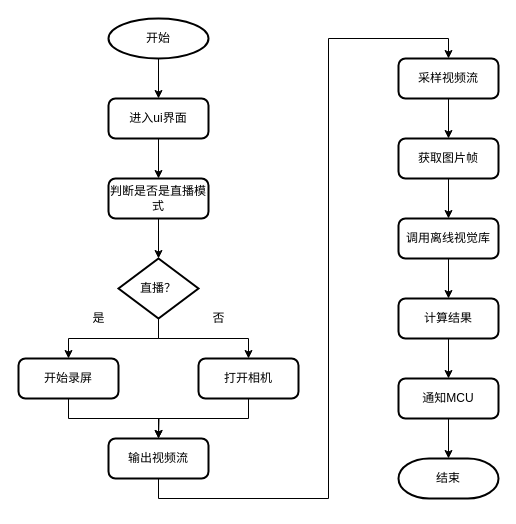
Above: page "第 2 页" (2 of 2) of T2093.drawio in liuao2010/drawio (draw.io), before the change. Source tidied: cells renumbered, new cells numbered last; positions are measured from the earlier drawing's top-left corner, leaving out a move shared by most shapes. Both pictures are drawn from the tidied source at 100%, with x=0, y=0 at pixel (18, 18).
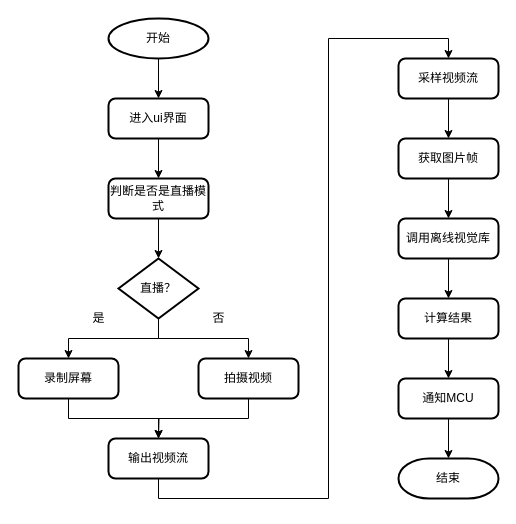
The same diagram, later.

What changed in the source:
```diff
@@
-    <mxCell id="12" value="开始录屏" style="rounded=1;whiteSpace=wrap;html=1;absoluteArcSize=1;arcSize=14;strokeWidth=2;" parent="1" vertex="1">
+    <mxCell id="12" value="录制屏幕" style="rounded=1;whiteSpace=wrap;html=1;absoluteArcSize=1;arcSize=14;strokeWidth=2;" parent="1" vertex="1">
       <mxGeometry y="340" width="100" height="40" as="geometry" />
     </mxCell>
@@
-    <mxCell id="14" value="打开相机" style="rounded=1;whiteSpace=wrap;html=1;absoluteArcSize=1;arcSize=14;strokeWidth=2;" parent="1" vertex="1">
+    <mxCell id="14" value="拍摄视频" style="rounded=1;whiteSpace=wrap;html=1;absoluteArcSize=1;arcSize=14;strokeWidth=2;" parent="1" vertex="1">
       <mxGeometry x="180" y="340" width="100" height="40" as="geometry" />
     </mxCell>
```
